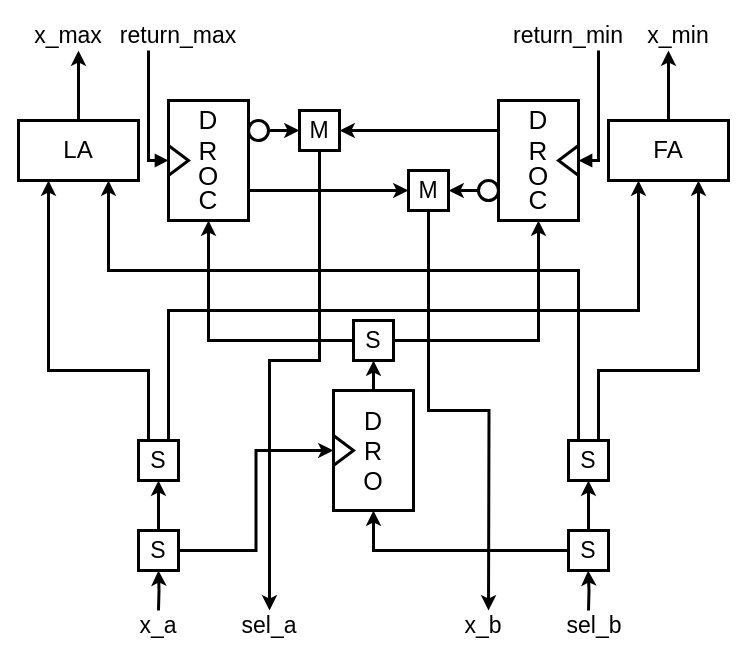
Above: write/figures/circuit_comparator.drawio in UM-PCL/biton (draw.io), before the change. Source tidied: cells renumbered, new cells numbered last; positions are measured from the earlier drawing's top-left corner, leaving out a move shared by most shapes. Both pictures are drawn from the tidied source at 100%, with x=0, y=0 at pixel (18, 20).
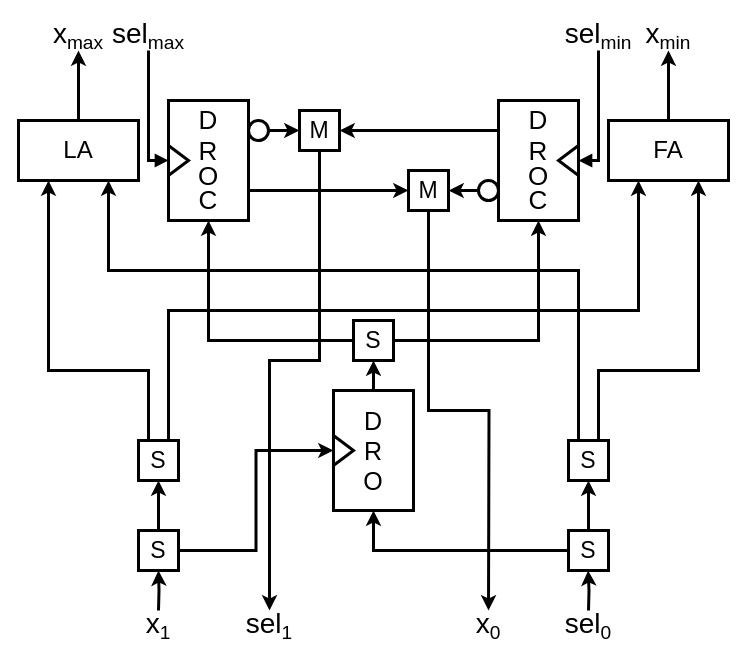
Above is the later version.

Change to the diagram source:
```diff
@@
-    <mxCell id="43" value="x_max" style="text;html=1;align=center;verticalAlign=middle;whiteSpace=wrap;rounded=0;fontSize=23;" parent="1" vertex="1">
-      <mxGeometry x="20" width="60" height="30" as="geometry" />
+    <mxCell id="43" value="&lt;font style=&quot;font-size: 28px;&quot;&gt;x&lt;/font&gt;&lt;sub&gt;max&lt;/sub&gt;" style="text;html=1;align=center;verticalAlign=middle;whiteSpace=wrap;rounded=0;fontSize=23;" parent="1" vertex="1">
+      <mxGeometry x="30" width="60" height="30" as="geometry" />
     </mxCell>
-    <mxCell id="44" value="&lt;div&gt;return_max&lt;/div&gt;" style="text;html=1;align=center;verticalAlign=middle;whiteSpace=wrap;rounded=0;fontSize=23;" parent="1" vertex="1">
-      <mxGeometry x="130" width="60" height="30" as="geometry" />
+    <mxCell id="44" value="&lt;font style=&quot;font-size: 28px;&quot;&gt;sel&lt;/font&gt;&lt;sub&gt;max&lt;/sub&gt;" style="text;html=1;align=center;verticalAlign=middle;whiteSpace=wrap;rounded=0;fontSize=23;" parent="1" vertex="1">
+      <mxGeometry x="100" width="60" height="30" as="geometry" />
     </mxCell>
-    <mxCell id="45" value="x_min" style="text;html=1;align=center;verticalAlign=middle;whiteSpace=wrap;rounded=0;fontSize=23;" parent="1" vertex="1">
-      <mxGeometry x="630" width="60" height="30" as="geometry" />
+    <mxCell id="45" value="&lt;font style=&quot;font-size: 28px;&quot;&gt;x&lt;/font&gt;&lt;sub&gt;min&lt;/sub&gt;" style="text;html=1;align=center;verticalAlign=middle;whiteSpace=wrap;rounded=0;fontSize=23;" parent="1" vertex="1">
+      <mxGeometry x="620" width="60" height="30" as="geometry" />
     </mxCell>
-    <mxCell id="46" value="&lt;div&gt;return_min&lt;/div&gt;" style="text;html=1;align=center;verticalAlign=middle;whiteSpace=wrap;rounded=0;fontSize=23;" parent="1" vertex="1">
-      <mxGeometry x="520" width="60" height="30" as="geometry" />
+    <mxCell id="46" value="&lt;font style=&quot;font-size: 28px;&quot;&gt;sel&lt;/font&gt;&lt;sub&gt;min&lt;/sub&gt;" style="text;html=1;align=center;verticalAlign=middle;whiteSpace=wrap;rounded=0;fontSize=23;" parent="1" vertex="1">
+      <mxGeometry x="550" width="60" height="30" as="geometry" />
     </mxCell>
-    <mxCell id="47" value="&lt;div&gt;x_a&lt;/div&gt;" style="text;html=1;align=center;verticalAlign=middle;whiteSpace=wrap;rounded=0;fontSize=23;" parent="1" vertex="1">
+    <mxCell id="47" value="&lt;div&gt;&lt;font style=&quot;font-size: 28px;&quot;&gt;x&lt;/font&gt;&lt;sub&gt;1&lt;/sub&gt;&lt;/div&gt;" style="text;html=1;align=center;verticalAlign=middle;whiteSpace=wrap;rounded=0;fontSize=23;" parent="1" vertex="1">
       <mxGeometry x="110" y="590" width="60" height="30" as="geometry" />
     </mxCell>
-    <mxCell id="48" value="&lt;div&gt;sel_a&lt;/div&gt;" style="text;html=1;align=center;verticalAlign=middle;whiteSpace=wrap;rounded=0;fontSize=23;" parent="1" vertex="1">
+    <mxCell id="48" value="&lt;font style=&quot;font-size: 28px;&quot;&gt;sel&lt;/font&gt;&lt;sub&gt;1&lt;/sub&gt;" style="text;html=1;align=center;verticalAlign=middle;whiteSpace=wrap;rounded=0;fontSize=23;" parent="1" vertex="1">
       <mxGeometry x="221" y="590" width="60" height="30" as="geometry" />
     </mxCell>
-    <mxCell id="49" value="&lt;div&gt;x_b&lt;/div&gt;" style="text;html=1;align=center;verticalAlign=middle;whiteSpace=wrap;rounded=0;fontSize=23;" parent="1" vertex="1">
-      <mxGeometry x="434.5" y="590" width="60" height="30" as="geometry" />
+    <mxCell id="49" value="&lt;font style=&quot;font-size: 28px;&quot;&gt;x&lt;/font&gt;&lt;sub&gt;0&lt;/sub&gt;" style="text;html=1;align=center;verticalAlign=middle;whiteSpace=wrap;rounded=0;fontSize=23;" parent="1" vertex="1">
+      <mxGeometry x="440" y="590" width="60" height="30" as="geometry" />
     </mxCell>
-    <mxCell id="50" value="&lt;div&gt;sel_b&lt;/div&gt;" style="text;html=1;align=center;verticalAlign=middle;whiteSpace=wrap;rounded=0;fontSize=23;" parent="1" vertex="1">
-      <mxGeometry x="545.5" y="590" width="60" height="30" as="geometry" />
+    <mxCell id="50" value="&lt;div&gt;&lt;font style=&quot;font-size: 28px;&quot;&gt;sel&lt;/font&gt;&lt;sub&gt;0&lt;/sub&gt;&lt;/div&gt;" style="text;html=1;align=center;verticalAlign=middle;whiteSpace=wrap;rounded=0;fontSize=23;" parent="1" vertex="1">
+      <mxGeometry x="540" y="590" width="60" height="30" as="geometry" />
     </mxCell>
```
